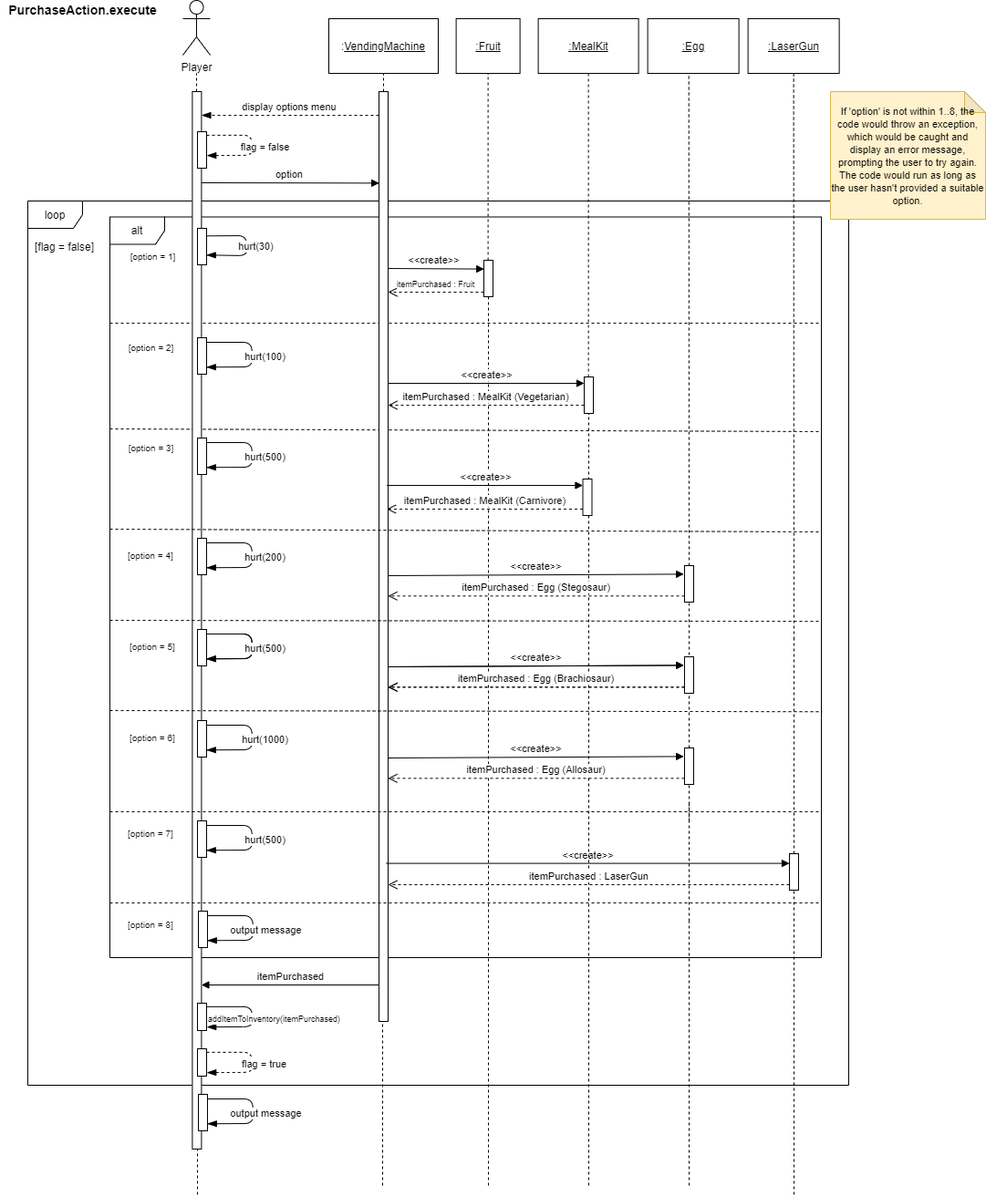
Before: assignment_workings/PurchaseAction.execute.png, a diagram exported from draw.io (mltw/fit2099-jurassic-park-2021). Source tidied: cells renumbered, new cells last; positions are measured from the earlier drawing's top-left corner, leaving out a move shared by most shapes.
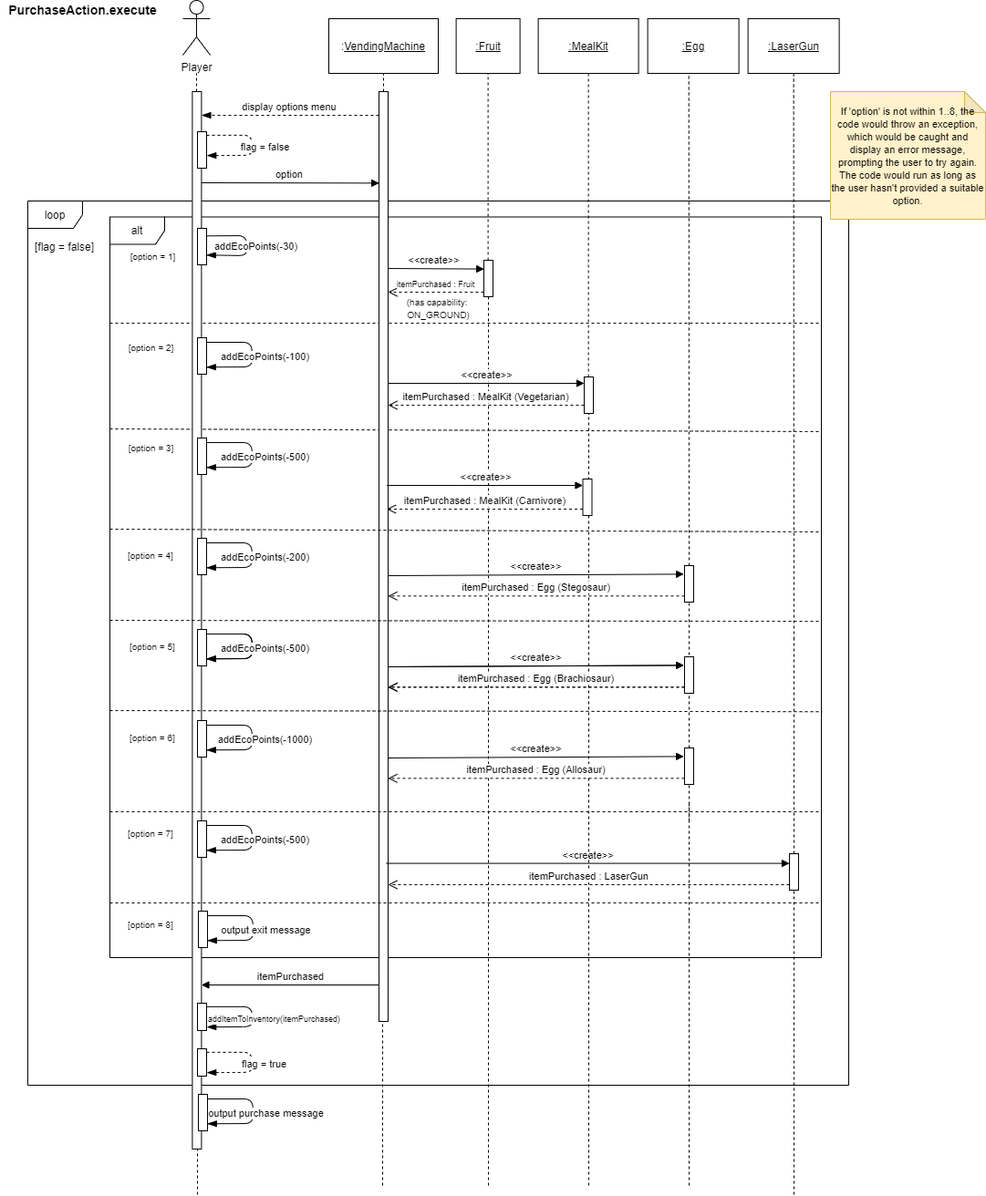
After the commit.

Commit message:
update sequence diagram PurchaseAction.execute

The edit, as a diff of the source:
```diff
@@ -194,7 +194,7 @@
     <mxCell id="46" style="group;" parent="1" vertex="1">
       <mxGeometry x="216" y="250" width="54" height="40" as="geometry" />
     </mxCell>
-    <mxCell id="47" value="hurt(30)" style="html=1;verticalAlign=bottom;endArrow=blockThin;endSize=8;entryX=0.983;entryY=0.807;entryDx=0;entryDy=0;entryPerimeter=0;exitX=1;exitY=0.208;exitDx=0;exitDy=0;exitPerimeter=0;endFill=1;" parent="46" edge="1" source="48">
+    <mxCell id="47" value="addEcoPoints(-30)" style="html=1;verticalAlign=bottom;endArrow=blockThin;endSize=8;entryX=0.983;entryY=0.807;entryDx=0;entryDy=0;entryPerimeter=0;exitX=1;exitY=0.208;exitDx=0;exitDy=0;exitPerimeter=0;endFill=1;" parent="46" edge="1" source="48">
       <mxGeometry x="0.18" y="10" relative="1" as="geometry">
         <mxPoint x="9.8" y="29.3" as="targetPoint" />
         <Array as="points">
@@ -212,7 +212,7 @@
     <mxCell id="50" style="html=1;points=[];perimeter=orthogonalPerimeter;" parent="49" vertex="1">
       <mxGeometry width="10" height="40" as="geometry" />
     </mxCell>
-    <mxCell id="51" value="hurt(100)" style="html=1;verticalAlign=bottom;endArrow=blockThin;endSize=8;entryX=0.983;entryY=0.807;entryDx=0;entryDy=0;entryPerimeter=0;endFill=1;" parent="49" edge="1" target="50">
+    <mxCell id="51" value="addEcoPoints(-100)" style="html=1;verticalAlign=bottom;endArrow=blockThin;endSize=8;entryX=0.983;entryY=0.807;entryDx=0;entryDy=0;entryPerimeter=0;endFill=1;" parent="49" edge="1" target="50">
       <mxGeometry x="0.18" y="14" relative="1" as="geometry">
         <mxPoint x="9.6" y="5" as="sourcePoint" />
         <Array as="points">
@@ -238,7 +238,7 @@
     <mxCell id="55" style="html=1;points=[];perimeter=orthogonalPerimeter;" parent="54" vertex="1">
       <mxGeometry width="10" height="40" as="geometry" />
     </mxCell>
-    <mxCell id="56" value="hurt(500)" style="html=1;verticalAlign=bottom;endArrow=blockThin;endSize=8;entryX=0.983;entryY=0.807;entryDx=0;entryDy=0;entryPerimeter=0;endFill=1;" parent="54" edge="1" target="55">
+    <mxCell id="56" value="addEcoPoints(-500)" style="html=1;verticalAlign=bottom;endArrow=blockThin;endSize=8;entryX=0.983;entryY=0.807;entryDx=0;entryDy=0;entryPerimeter=0;endFill=1;" parent="54" edge="1" target="55">
       <mxGeometry x="0.18" y="14" relative="1" as="geometry">
         <mxPoint x="9.6" y="5" as="sourcePoint" />
         <Array as="points">
@@ -274,7 +274,7 @@
     <mxCell id="62" style="html=1;points=[];perimeter=orthogonalPerimeter;" parent="61" vertex="1">
       <mxGeometry width="10" height="40" as="geometry" />
     </mxCell>
-    <mxCell id="63" value="hurt(200)" style="html=1;verticalAlign=bottom;endArrow=blockThin;endSize=8;entryX=0.983;entryY=0.807;entryDx=0;entryDy=0;entryPerimeter=0;endFill=1;" parent="61" edge="1" target="62">
+    <mxCell id="63" value="addEcoPoints(-200)" style="html=1;verticalAlign=bottom;endArrow=blockThin;endSize=8;entryX=0.983;entryY=0.807;entryDx=0;entryDy=0;entryPerimeter=0;endFill=1;" parent="61" edge="1" target="62">
       <mxGeometry x="0.18" y="14" relative="1" as="geometry">
         <mxPoint x="9.6" y="5" as="sourcePoint" />
         <Array as="points">
@@ -341,7 +341,7 @@
     <mxCell id="76" style="html=1;points=[];perimeter=orthogonalPerimeter;" parent="75" vertex="1">
       <mxGeometry width="10" height="40" as="geometry" />
     </mxCell>
-    <mxCell id="77" value="hurt(500)" style="html=1;verticalAlign=bottom;endArrow=blockThin;endSize=8;entryX=0.983;entryY=0.807;entryDx=0;entryDy=0;entryPerimeter=0;endFill=1;" parent="75" edge="1" target="76">
+    <mxCell id="77" value="addEcoPoints(-500)" style="html=1;verticalAlign=bottom;endArrow=blockThin;endSize=8;entryX=0.983;entryY=0.807;entryDx=0;entryDy=0;entryPerimeter=0;endFill=1;" parent="75" edge="1" target="76">
       <mxGeometry x="0.18" y="14" relative="1" as="geometry">
         <mxPoint x="9.6" y="5" as="sourcePoint" />
         <Array as="points">
@@ -371,7 +371,7 @@
     <mxCell id="82" style="html=1;points=[];perimeter=orthogonalPerimeter;" parent="81" vertex="1">
       <mxGeometry width="10" height="40" as="geometry" />
     </mxCell>
-    <mxCell id="83" value="hurt(1000)" style="html=1;verticalAlign=bottom;endArrow=blockThin;endSize=8;entryX=0.983;entryY=0.807;entryDx=0;entryDy=0;entryPerimeter=0;endFill=1;" parent="81" edge="1" target="82">
+    <mxCell id="83" value="addEcoPoints(-1000)" style="html=1;verticalAlign=bottom;endArrow=blockThin;endSize=8;entryX=0.983;entryY=0.807;entryDx=0;entryDy=0;entryPerimeter=0;endFill=1;" parent="81" edge="1" target="82">
       <mxGeometry x="0.18" y="14" relative="1" as="geometry">
         <mxPoint x="9.6" y="5" as="sourcePoint" />
         <Array as="points">
@@ -409,7 +409,7 @@
     <mxCell id="90" style="html=1;points=[];perimeter=orthogonalPerimeter;" parent="89" vertex="1">
       <mxGeometry width="10" height="40" as="geometry" />
     </mxCell>
-    <mxCell id="91" value="hurt(500)" style="html=1;verticalAlign=bottom;endArrow=blockThin;endSize=8;entryX=0.983;entryY=0.807;entryDx=0;entryDy=0;entryPerimeter=0;endFill=1;" parent="89" edge="1" target="90">
+    <mxCell id="91" value="addEcoPoints(-500)" style="html=1;verticalAlign=bottom;endArrow=blockThin;endSize=8;entryX=0.983;entryY=0.807;entryDx=0;entryDy=0;entryPerimeter=0;endFill=1;" parent="89" edge="1" target="90">
       <mxGeometry x="0.18" y="14" relative="1" as="geometry">
         <mxPoint x="9.6" y="5" as="sourcePoint" />
         <Array as="points">
@@ -440,7 +440,7 @@
     <mxCell id="97" style="html=1;points=[];perimeter=orthogonalPerimeter;" parent="96" vertex="1">
       <mxGeometry width="10" height="40" as="geometry" />
     </mxCell>
-    <mxCell id="98" value="output message" style="html=1;verticalAlign=bottom;endArrow=blockThin;endSize=8;entryX=0.983;entryY=0.807;entryDx=0;entryDy=0;entryPerimeter=0;endFill=1;" parent="96" edge="1" target="97">
+    <mxCell id="98" value="output exit message" style="html=1;verticalAlign=bottom;endArrow=blockThin;endSize=8;entryX=0.983;entryY=0.807;entryDx=0;entryDy=0;entryPerimeter=0;endFill=1;" parent="96" edge="1" target="97">
       <mxGeometry x="0.18" y="14" relative="1" as="geometry">
         <mxPoint x="9.6" y="5" as="sourcePoint" />
         <Array as="points">
@@ -455,7 +455,7 @@
     <mxCell id="100" style="html=1;points=[];perimeter=orthogonalPerimeter;" parent="99" vertex="1">
       <mxGeometry width="10" height="40" as="geometry" />
     </mxCell>
-    <mxCell id="101" value="output message" style="html=1;verticalAlign=bottom;endArrow=blockThin;endSize=8;entryX=0.983;entryY=0.807;entryDx=0;entryDy=0;entryPerimeter=0;endFill=1;" parent="99" edge="1" target="100">
+    <mxCell id="101" value="output purchase message" style="html=1;verticalAlign=bottom;endArrow=blockThin;endSize=8;entryX=0.983;entryY=0.807;entryDx=0;entryDy=0;entryPerimeter=0;endFill=1;" parent="99" edge="1" target="100">
       <mxGeometry x="0.18" y="14" relative="1" as="geometry">
         <mxPoint x="9.6" y="5" as="sourcePoint" />
         <Array as="points">
@@ -520,5 +520,8 @@
     <mxCell id="111" value="&lt;font style=&quot;font-size: 11px&quot;&gt;If 'option' is not within 1..8, the code would throw an exception, which would be caught and display an error message, prompting the user to try again.&lt;br&gt;The code would run as long as the user hasn't provided a suitable option.&lt;br&gt;&lt;/font&gt;" style="shape=note;whiteSpace=wrap;html=1;backgroundOutline=1;darkOpacity=0.05;fillColor=#fff2cc;strokeColor=#d6b656;size=23;" parent="1" vertex="1">
       <mxGeometry x="910" y="100" width="170" height="140" as="geometry" />
     </mxCell>
+    <mxCell id="112" value="&lt;font style=&quot;font-size: 10px&quot;&gt;(has capability: &lt;br&gt;ON_GROUND)&lt;/font&gt;" style="text;html=1;align=center;verticalAlign=middle;strokeColor=none;" parent="1" vertex="1">
+      <mxGeometry x="440" y="322" width="80" height="30" as="geometry" />
+    </mxCell>
   </root>
 </mxGraphModel>
```
